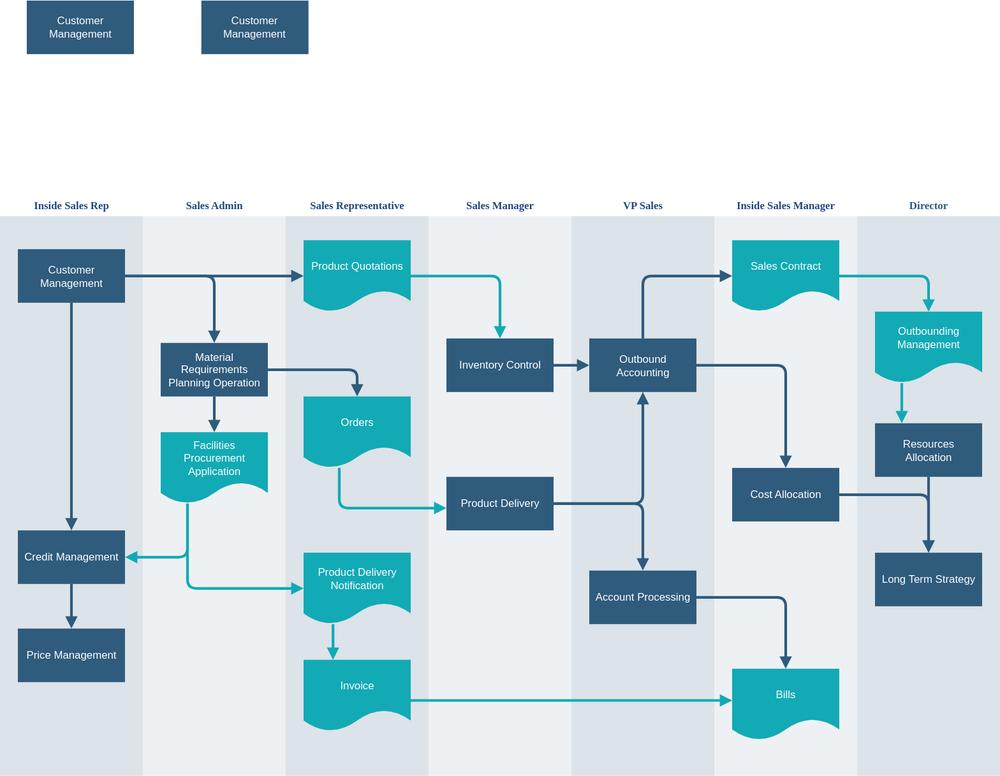
Above: app-dist.drawio.svg in appfair/appstore-tilt (draw.io), before the change. Source tidied: cells renumbered, new cells last; positions are measured from the earlier drawing's top-left corner, leaving out a move shared by most shapes.
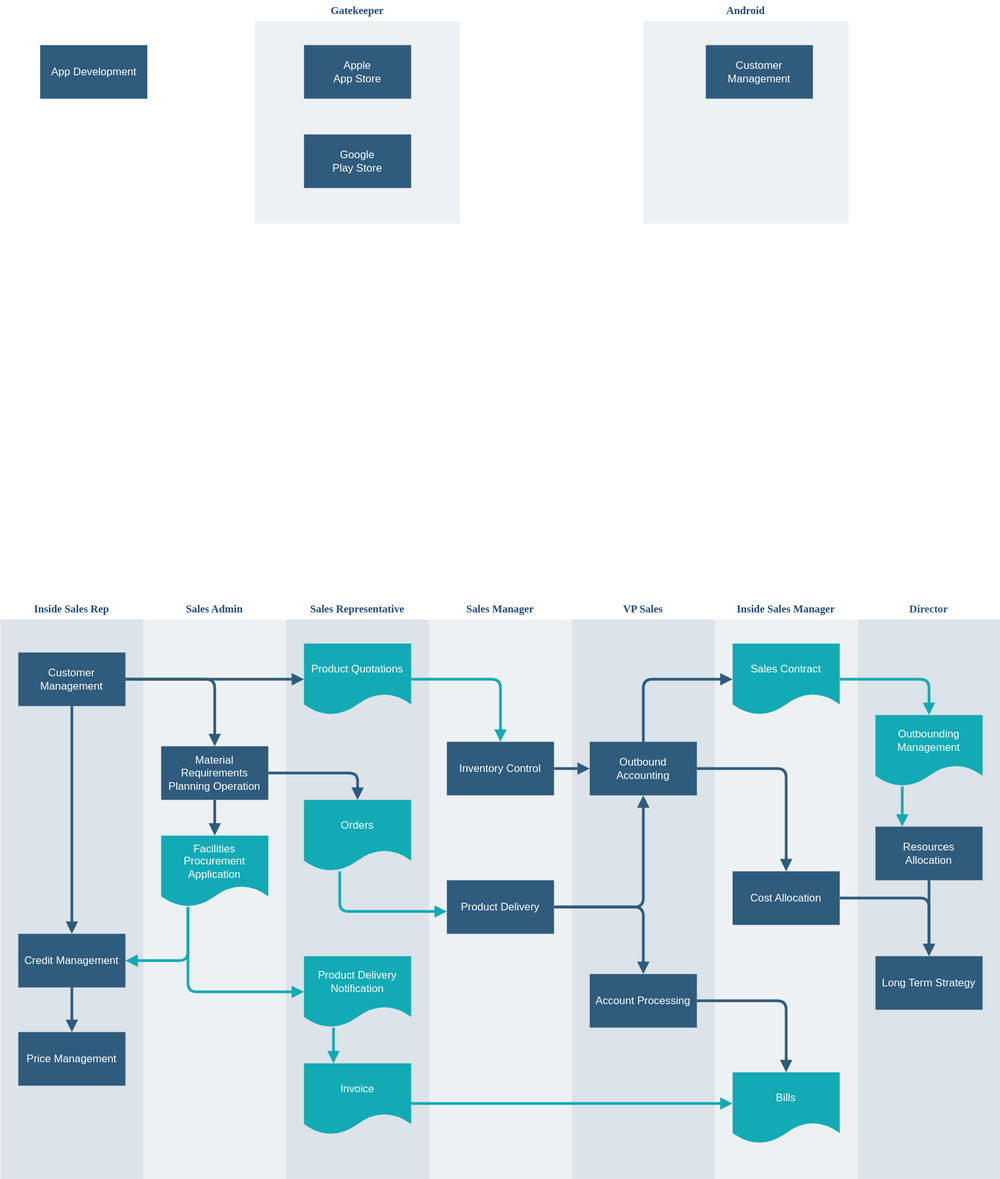
The same diagram one commit later.

Diff of the diagram source:
```diff
@@ -167,11 +167,23 @@
     <mxCell id="49" style="edgeStyle=segmentEdgeStyle;strokeColor=#12AAB5;strokeWidth=3;html=1;endArrow=block;endFill=1;" parent="1" edge="1" source="9" target="29">
       <mxGeometry x="964.5" y="178.5" as="geometry" />
     </mxCell>
-    <mxCell id="50" value="Customer Management" style="whiteSpace=wrap;shadow=0;fontColor=#FFFFFF;fontFamily=Helvetica;fontStyle=0;html=1;fontSize=12;plain-purple;strokeColor=none;fillColor=#2f5b7c;gradientColor=none;spacing=6;verticalAlign=middle;" parent="1" vertex="1">
-      <mxGeometry x="30.5" width="120" height="60" as="geometry" />
+    <mxCell id="50" value="App Development" style="whiteSpace=wrap;shadow=0;fontColor=#FFFFFF;fontFamily=Helvetica;fontStyle=0;html=1;fontSize=12;plain-purple;strokeColor=none;fillColor=#2f5b7c;gradientColor=none;spacing=6;verticalAlign=middle;" parent="1" vertex="1">
+      <mxGeometry x="45" y="-401.5" width="120" height="60" as="geometry" />
     </mxCell>
+    <mxCell id="52" value="&lt;font color=&quot;#23497d&quot;&gt;Android&lt;/font&gt;" style="swimlane;whiteSpace=wrap;fillColor=none;swimlaneFillColor=#BAC8D3;fontColor=#2F5B7C;fontFamily=Tahoma;html=1;strokeColor=none;opacity=25;" parent="1" vertex="1">
+      <mxGeometry x="720.5" y="-451.5" width="230" height="250" as="geometry" />
+    </mxCell>
-    <mxCell id="51" value="Customer Management" style="whiteSpace=wrap;shadow=0;fontColor=#FFFFFF;fontFamily=Helvetica;fontStyle=0;html=1;fontSize=12;plain-purple;strokeColor=none;fillColor=#2f5b7c;gradientColor=none;spacing=6;verticalAlign=middle;" parent="1" vertex="1">
-      <mxGeometry x="226" width="120" height="60" as="geometry" />
+    <mxCell id="51" value="Customer Management" style="whiteSpace=wrap;shadow=0;fontColor=#FFFFFF;fontFamily=Helvetica;fontStyle=0;html=1;fontSize=12;plain-purple;strokeColor=none;fillColor=#2f5b7c;gradientColor=none;spacing=6;verticalAlign=middle;" parent="52" vertex="1">
+      <mxGeometry x="70" y="50" width="120" height="60" as="geometry" />
     </mxCell>
+    <mxCell id="53" value="&lt;font color=&quot;#23497d&quot;&gt;Gatekeeper&lt;/font&gt;" style="swimlane;whiteSpace=wrap;fillColor=none;swimlaneFillColor=#BAC8D3;fontColor=#2F5B7C;fontFamily=Tahoma;html=1;strokeColor=none;opacity=25;startSize=23;" parent="1" vertex="1">
+      <mxGeometry x="285.5" y="-451.5" width="230" height="250" as="geometry" />
+    </mxCell>
+    <mxCell id="54" value="Apple&lt;br&gt;App Store" style="whiteSpace=wrap;shadow=0;fontColor=#FFFFFF;fontFamily=Helvetica;fontStyle=0;html=1;fontSize=12;plain-purple;strokeColor=none;fillColor=#2f5b7c;gradientColor=none;spacing=6;verticalAlign=middle;" parent="53" vertex="1">
+      <mxGeometry x="55" y="50" width="120" height="60" as="geometry" />
+    </mxCell>
+    <mxCell id="55" value="Google&lt;br&gt;Play Store" style="whiteSpace=wrap;shadow=0;fontColor=#FFFFFF;fontFamily=Helvetica;fontStyle=0;html=1;fontSize=12;plain-purple;strokeColor=none;fillColor=#2f5b7c;gradientColor=none;spacing=6;verticalAlign=middle;" parent="53" vertex="1">
+      <mxGeometry x="55" y="150" width="120" height="60" as="geometry" />
+    </mxCell>
   </root>
 </mxGraphModel>
```
